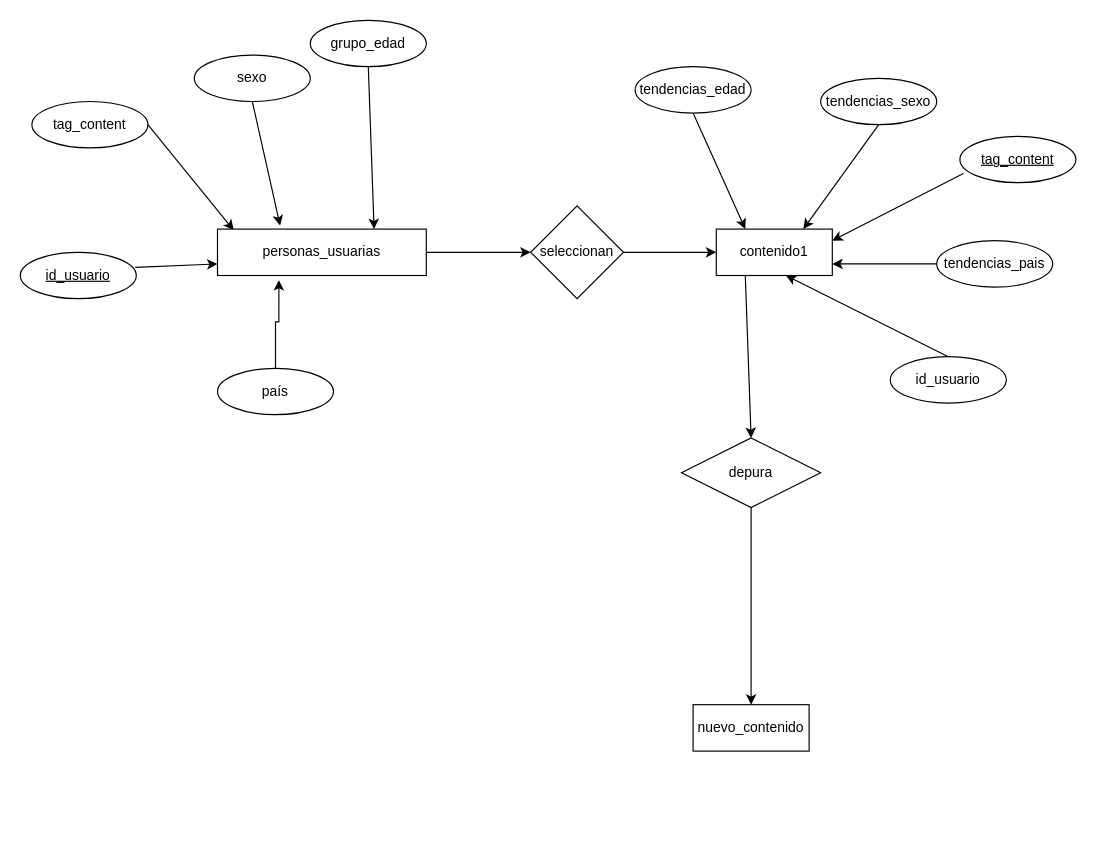
This is Untitled Diagram.drawio from monicaortiz5/github-slideshow, a draw.io file, before an edit. Source tidied: cells renumbered, new cells numbered last; positions are measured from the earlier drawing's top-left corner, leaving out a move shared by most shapes. Both pictures are drawn from the tidied source at 116%, with x=0, y=0 at pixel (20, 20).
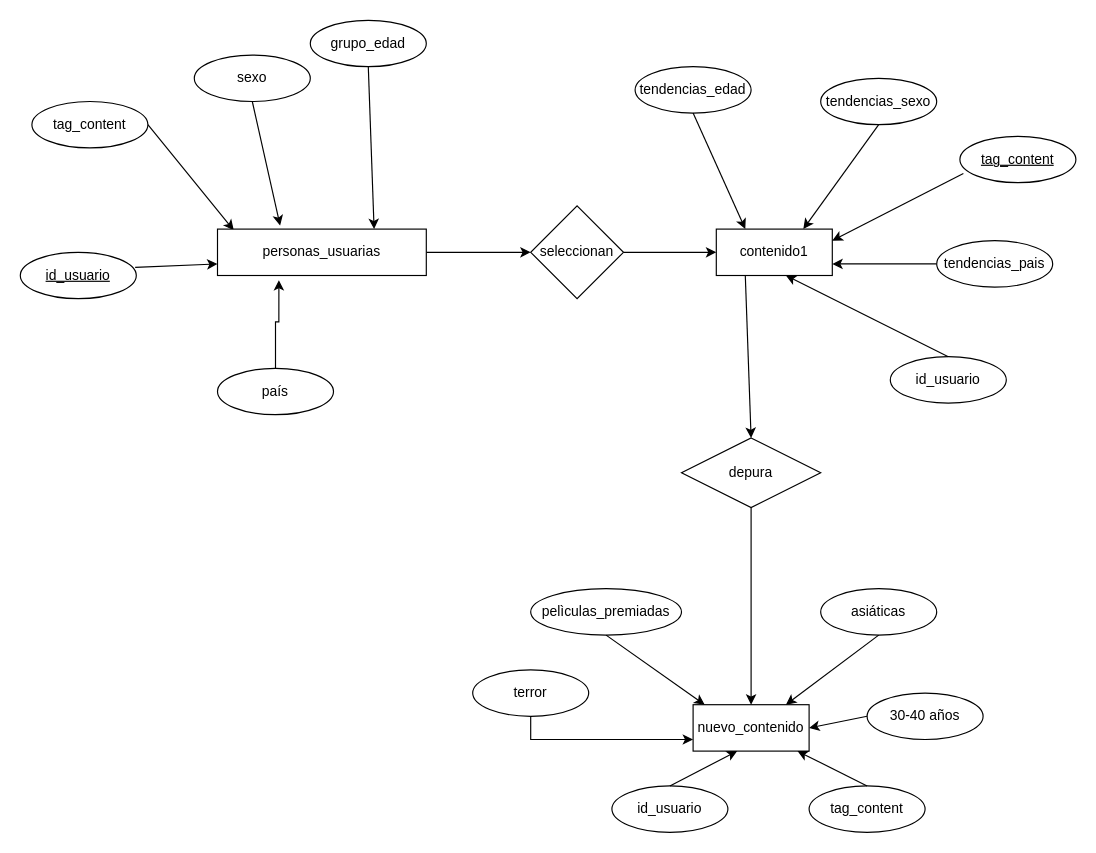
The same diagram, later.

Commit message:
preferencias usuarios streaming

The change refers to these unchanged cells:
```xml
<mxCell id="28" value="nuevo_contenido" style="whiteSpace=wrap;html=1;align=center;" parent="1" vertex="1">
  <mxGeometry x="580" y="590" width="100" height="40" as="geometry" />
</mxCell>
```

The edit, as a diff of the source:
```diff
@@
+    <mxCell id="31" value="id_usuario" style="ellipse;whiteSpace=wrap;html=1;align=center;" parent="1" vertex="1">
+      <mxGeometry x="510" y="660" width="100" height="40" as="geometry" />
+    </mxCell>
+    <mxCell id="32" value="tag_content" style="ellipse;whiteSpace=wrap;html=1;align=center;" parent="1" vertex="1">
+      <mxGeometry x="680" y="660" width="100" height="40" as="geometry" />
+    </mxCell>
+    <mxCell id="33" value="asiáticas" style="ellipse;whiteSpace=wrap;html=1;align=center;" parent="1" vertex="1">
+      <mxGeometry x="690" y="490" width="100" height="40" as="geometry" />
+    </mxCell>
+    <mxCell id="34" style="edgeStyle=orthogonalEdgeStyle;rounded=0;jettySize=auto;html=1;exitX=0.5;exitY=1;exitDx=0;exitDy=0;entryX=0;entryY=0.75;entryDx=0;entryDy=0;" parent="1" edge="1" source="35" target="28">
+      <mxGeometry relative="1" as="geometry" />
+    </mxCell>
+    <mxCell id="35" value="terror" style="ellipse;whiteSpace=wrap;html=1;align=center;" parent="1" vertex="1">
+      <mxGeometry x="390" y="560" width="100" height="40" as="geometry" />
+    </mxCell>
+    <mxCell id="36" value="30-40 años" style="ellipse;whiteSpace=wrap;html=1;align=center;" parent="1" vertex="1">
+      <mxGeometry x="730" y="580" width="100" height="40" as="geometry" />
+    </mxCell>
+    <mxCell id="37" value="pelìculas_premiadas" style="ellipse;whiteSpace=wrap;html=1;align=center;" parent="1" vertex="1">
+      <mxGeometry x="440" y="490" width="130" height="40" as="geometry" />
+    </mxCell>
+    <mxCell id="38" style="endArrow=classic;html=1;exitX=0.5;exitY=1;exitDx=0;exitDy=0;" parent="1" edge="1" source="37">
+      <mxGeometry relative="1" as="geometry">
+        <mxPoint x="590" y="590" as="targetPoint" />
+      </mxGeometry>
+    </mxCell>
+    <mxCell id="39" style="endArrow=classic;html=1;exitX=0.5;exitY=0;exitDx=0;exitDy=0;" parent="1" edge="1" source="32" target="28">
+      <mxGeometry relative="1" as="geometry" />
+    </mxCell>
+    <mxCell id="40" style="endArrow=classic;html=1;entryX=0.38;entryY=1;entryDx=0;entryDy=0;entryPerimeter=0;exitX=0.5;exitY=0;exitDx=0;exitDy=0;" parent="1" edge="1" source="31" target="28">
+      <mxGeometry relative="1" as="geometry" />
+    </mxCell>
+    <mxCell id="41" style="endArrow=classic;html=1;exitX=0.5;exitY=1;exitDx=0;exitDy=0;" parent="1" edge="1" source="33">
+      <mxGeometry relative="1" as="geometry">
+        <mxPoint x="660" y="590" as="targetPoint" />
+      </mxGeometry>
+    </mxCell>
+    <mxCell id="42" style="endArrow=classic;html=1;exitX=0;exitY=0.5;exitDx=0;exitDy=0;entryX=1;entryY=0.5;entryDx=0;entryDy=0;" parent="1" edge="1" source="36" target="28">
+      <mxGeometry relative="1" as="geometry" />
+    </mxCell>
```
